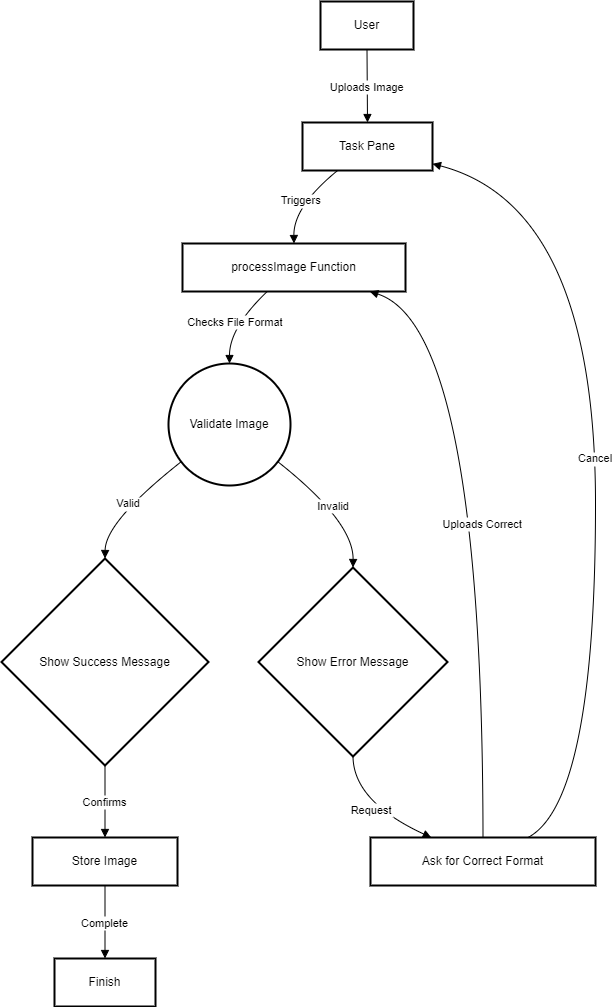
Aerith13/Excel-Addin-w-Manifest keeps this draw.io diagram as Excel-addin-w-manifest.png. Above is the earlier version. Source tidied: cells renumbered, new cells last; positions are measured from the earlier drawing's top-left corner, leaving out a move shared by most shapes.
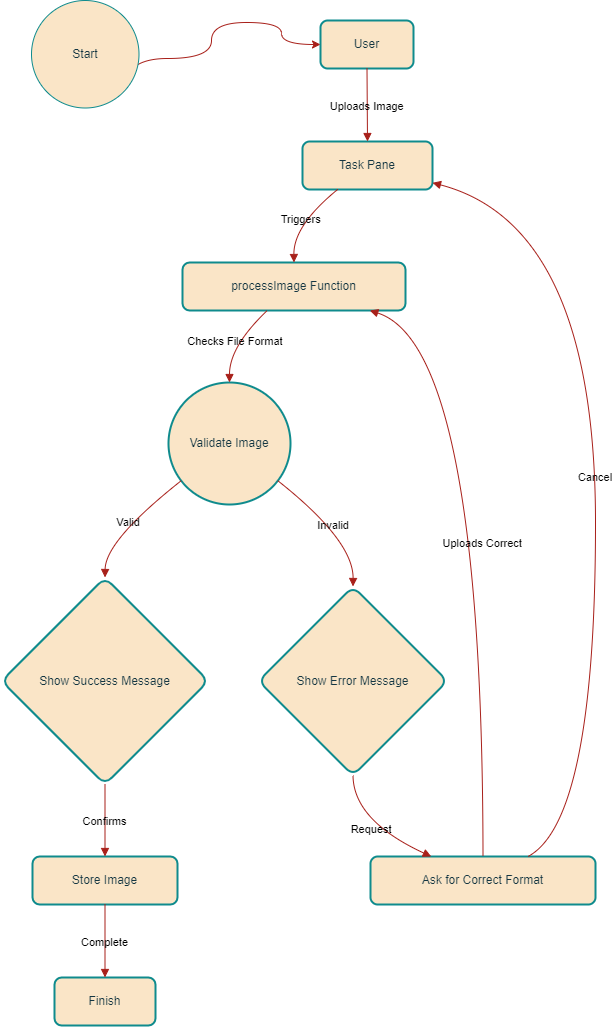
After the change.

The edit, as a diff of the source:
```diff
@@ -2,85 +2,85 @@
   <root>
     <mxCell id="0" />
     <mxCell id="1" parent="0" />
-    <mxCell id="2" value="User" style="whiteSpace=wrap;strokeWidth=2;" parent="1" vertex="1">
+    <mxCell id="2" value="User" style="whiteSpace=wrap;strokeWidth=2;fillColor=#FAE5C7;strokeColor=#0F8B8D;rounded=1;labelBackgroundColor=none;fontColor=#143642;" parent="1" vertex="1">
       <mxGeometry x="319" width="93" height="48" as="geometry" />
     </mxCell>
-    <mxCell id="3" value="Task Pane" style="whiteSpace=wrap;strokeWidth=2;" parent="1" vertex="1">
+    <mxCell id="3" value="Task Pane" style="whiteSpace=wrap;strokeWidth=2;fillColor=#FAE5C7;strokeColor=#0F8B8D;rounded=1;labelBackgroundColor=none;fontColor=#143642;" parent="1" vertex="1">
       <mxGeometry x="301" y="121" width="130" height="48" as="geometry" />
     </mxCell>
-    <mxCell id="4" value="processImage Function" style="whiteSpace=wrap;strokeWidth=2;" parent="1" vertex="1">
+    <mxCell id="4" value="processImage Function" style="whiteSpace=wrap;strokeWidth=2;fillColor=#FAE5C7;strokeColor=#0F8B8D;rounded=1;labelBackgroundColor=none;fontColor=#143642;" parent="1" vertex="1">
       <mxGeometry x="181" y="242" width="223" height="48" as="geometry" />
     </mxCell>
-    <mxCell id="5" value="Validate Image" style="ellipse;strokeWidth=2;whiteSpace=wrap;" parent="1" vertex="1">
+    <mxCell id="5" value="Validate Image" style="ellipse;strokeWidth=2;whiteSpace=wrap;fillColor=#FAE5C7;fontColor=#143642;strokeColor=#0F8B8D;rounded=1;labelBackgroundColor=none;" parent="1" vertex="1">
       <mxGeometry x="167" y="362" width="122" height="122" as="geometry" />
     </mxCell>
-    <mxCell id="6" value="Show Success Message" style="rhombus;strokeWidth=2;whiteSpace=wrap;" parent="1" vertex="1">
+    <mxCell id="6" value="Show Success Message" style="rhombus;strokeWidth=2;whiteSpace=wrap;fillColor=#FAE5C7;strokeColor=#0F8B8D;rounded=1;labelBackgroundColor=none;fontColor=#143642;" parent="1" vertex="1">
       <mxGeometry y="557" width="207" height="207" as="geometry" />
     </mxCell>
-    <mxCell id="7" value="Show Error Message" style="rhombus;strokeWidth=2;whiteSpace=wrap;" parent="1" vertex="1">
+    <mxCell id="7" value="Show Error Message" style="rhombus;strokeWidth=2;whiteSpace=wrap;fillColor=#FAE5C7;strokeColor=#0F8B8D;rounded=1;labelBackgroundColor=none;fontColor=#143642;" parent="1" vertex="1">
       <mxGeometry x="257" y="566" width="189" height="189" as="geometry" />
     </mxCell>
-    <mxCell id="8" value="Store Image" style="whiteSpace=wrap;strokeWidth=2;" parent="1" vertex="1">
+    <mxCell id="8" value="Store Image" style="whiteSpace=wrap;strokeWidth=2;fillColor=#FAE5C7;strokeColor=#0F8B8D;rounded=1;labelBackgroundColor=none;fontColor=#143642;" parent="1" vertex="1">
       <mxGeometry x="31" y="836" width="145" height="48" as="geometry" />
     </mxCell>
-    <mxCell id="9" value="Finish" style="whiteSpace=wrap;strokeWidth=2;" parent="1" vertex="1">
+    <mxCell id="9" value="Finish" style="whiteSpace=wrap;strokeWidth=2;fillColor=#FAE5C7;strokeColor=#0F8B8D;fontColor=#143642;rounded=1;labelBackgroundColor=none;" parent="1" vertex="1">
       <mxGeometry x="53" y="957" width="101" height="48" as="geometry" />
     </mxCell>
-    <mxCell id="10" value="Ask for Correct Format" style="whiteSpace=wrap;strokeWidth=2;" parent="1" vertex="1">
+    <mxCell id="10" value="Ask for Correct Format" style="whiteSpace=wrap;strokeWidth=2;fillColor=#FAE5C7;strokeColor=#0F8B8D;rounded=1;labelBackgroundColor=none;fontColor=#143642;" parent="1" vertex="1">
       <mxGeometry x="369" y="836" width="225" height="48" as="geometry" />
     </mxCell>
-    <mxCell id="11" value="Uploads Image" style="curved=1;startArrow=none;endArrow=block;exitX=0.5;exitY=1.01;entryX=0.5;entryY=0;" parent="1" edge="1" source="2" target="3">
+    <mxCell id="11" value="Uploads Image" style="curved=1;startArrow=none;endArrow=block;exitX=0.5;exitY=1.01;entryX=0.5;entryY=0;rounded=1;labelBackgroundColor=none;strokeColor=#A8201A;fontColor=default;" parent="1" edge="1" source="2" target="3">
       <mxGeometry relative="1" as="geometry" />
     </mxCell>
-    <mxCell id="12" value="Triggers" style="curved=1;startArrow=none;endArrow=block;exitX=0.27;exitY=1;entryX=0.5;entryY=-0.01;" parent="1" edge="1" source="3" target="4">
+    <mxCell id="12" value="Triggers" style="curved=1;startArrow=none;endArrow=block;exitX=0.27;exitY=1;entryX=0.5;entryY=-0.01;rounded=1;labelBackgroundColor=none;strokeColor=#A8201A;fontColor=default;" parent="1" edge="1" source="3" target="4">
       <mxGeometry relative="1" as="geometry">
         <Array as="points">
           <mxPoint x="292" y="205" />
         </Array>
       </mxGeometry>
     </mxCell>
-    <mxCell id="13" value="Checks File Format" style="curved=1;startArrow=none;endArrow=block;exitX=0.38;exitY=1;entryX=0.5;entryY=0;" parent="1" edge="1" source="4" target="5">
+    <mxCell id="13" value="Checks File Format" style="curved=1;startArrow=none;endArrow=block;exitX=0.38;exitY=1;entryX=0.5;entryY=0;rounded=1;labelBackgroundColor=none;strokeColor=#A8201A;fontColor=default;" parent="1" edge="1" source="4" target="5">
       <mxGeometry relative="1" as="geometry">
         <Array as="points">
           <mxPoint x="228" y="326" />
         </Array>
       </mxGeometry>
     </mxCell>
-    <mxCell id="14" value="Valid" style="curved=1;startArrow=none;endArrow=block;exitX=0;exitY=0.89;entryX=0.5;entryY=0;" parent="1" edge="1" source="5" target="6">
+    <mxCell id="14" value="Valid" style="curved=1;startArrow=none;endArrow=block;exitX=0;exitY=0.89;entryX=0.5;entryY=0;rounded=1;labelBackgroundColor=none;strokeColor=#A8201A;fontColor=default;" parent="1" edge="1" source="5" target="6">
       <mxGeometry relative="1" as="geometry">
         <Array as="points">
           <mxPoint x="104" y="520" />
         </Array>
       </mxGeometry>
     </mxCell>
-    <mxCell id="15" value="Invalid" style="curved=1;startArrow=none;endArrow=block;exitX=1;exitY=0.89;entryX=0.5;entryY=0;" parent="1" edge="1" source="5" target="7">
+    <mxCell id="15" value="Invalid" style="curved=1;startArrow=none;endArrow=block;exitX=1;exitY=0.89;entryX=0.5;entryY=0;rounded=1;labelBackgroundColor=none;strokeColor=#A8201A;fontColor=default;" parent="1" edge="1" source="5" target="7">
       <mxGeometry relative="1" as="geometry">
         <Array as="points">
           <mxPoint x="352" y="520" />
         </Array>
       </mxGeometry>
     </mxCell>
-    <mxCell id="16" value="Confirms" style="curved=1;startArrow=none;endArrow=block;exitX=0.5;exitY=1;entryX=0.5;entryY=0;" parent="1" edge="1" source="6" target="8">
+    <mxCell id="16" value="Confirms" style="curved=1;startArrow=none;endArrow=block;exitX=0.5;exitY=1;entryX=0.5;entryY=0;rounded=1;labelBackgroundColor=none;strokeColor=#A8201A;fontColor=default;" parent="1" edge="1" source="6" target="8">
       <mxGeometry relative="1" as="geometry" />
     </mxCell>
-    <mxCell id="17" value="Complete" style="curved=1;startArrow=none;endArrow=block;exitX=0.5;exitY=1.01;entryX=0.5;entryY=0;" parent="1" edge="1" source="8" target="9">
+    <mxCell id="17" value="Complete" style="curved=1;startArrow=none;endArrow=block;exitX=0.5;exitY=1.01;entryX=0.5;entryY=0;rounded=1;labelBackgroundColor=none;strokeColor=#A8201A;fontColor=default;" parent="1" edge="1" source="8" target="9">
       <mxGeometry relative="1" as="geometry" />
     </mxCell>
-    <mxCell id="18" value="Request" style="curved=1;startArrow=none;endArrow=block;exitX=0.5;exitY=1;entryX=0.27;entryY=0;" parent="1" edge="1" source="7" target="10">
+    <mxCell id="18" value="Request" style="curved=1;startArrow=none;endArrow=block;exitX=0.5;exitY=1;entryX=0.27;entryY=0;rounded=1;labelBackgroundColor=none;strokeColor=#A8201A;fontColor=default;" parent="1" edge="1" source="7" target="10">
       <mxGeometry relative="1" as="geometry">
         <Array as="points">
           <mxPoint x="352" y="800" />
         </Array>
       </mxGeometry>
     </mxCell>
-    <mxCell id="19" value="Uploads Correct" style="curved=1;startArrow=none;endArrow=block;exitX=0.5;exitY=0;entryX=0.84;entryY=1;" parent="1" edge="1" source="10" target="4">
+    <mxCell id="19" value="Uploads Correct" style="curved=1;startArrow=none;endArrow=block;exitX=0.5;exitY=0;entryX=0.84;entryY=1;rounded=1;labelBackgroundColor=none;strokeColor=#A8201A;fontColor=default;" parent="1" edge="1" source="10" target="4">
       <mxGeometry relative="1" as="geometry">
         <Array as="points">
           <mxPoint x="481" y="326" />
         </Array>
       </mxGeometry>
     </mxCell>
-    <mxCell id="20" value="Cancel" style="curved=1;startArrow=none;endArrow=block;exitX=0.7;exitY=0;entryX=1;entryY=0.86;" parent="1" edge="1" source="10" target="3">
+    <mxCell id="20" value="Cancel" style="curved=1;startArrow=none;endArrow=block;exitX=0.7;exitY=0;entryX=1;entryY=0.86;rounded=1;labelBackgroundColor=none;strokeColor=#A8201A;fontColor=default;" parent="1" edge="1" source="10" target="3">
       <mxGeometry relative="1" as="geometry">
         <Array as="points">
           <mxPoint x="594" y="800" />
@@ -88,5 +88,18 @@
         </Array>
       </mxGeometry>
     </mxCell>
+    <mxCell id="21" style="rounded=1;jettySize=auto;html=1;exitX=1;exitY=1;exitDx=0;exitDy=0;entryX=0;entryY=0.5;entryDx=0;entryDy=0;edgeStyle=orthogonalEdgeStyle;curved=1;labelBackgroundColor=none;strokeColor=#A8201A;fontColor=default;" parent="1" edge="1" source="22" target="2">
+      <mxGeometry relative="1" as="geometry">
+        <Array as="points">
+          <mxPoint x="210" y="38" />
+          <mxPoint x="210" y="2" />
+          <mxPoint x="280" y="2" />
+          <mxPoint x="280" y="24" />
+        </Array>
+      </mxGeometry>
+    </mxCell>
+    <mxCell id="22" value="Start" style="ellipse;whiteSpace=wrap;html=1;fillColor=#FAE5C7;strokeColor=#0F8B8D;fontColor=#143642;rounded=1;labelBackgroundColor=none;" parent="1" vertex="1">
+      <mxGeometry x="30" y="-20" width="107.5" height="107.5" as="geometry" />
+    </mxCell>
   </root>
 </mxGraphModel>
```
